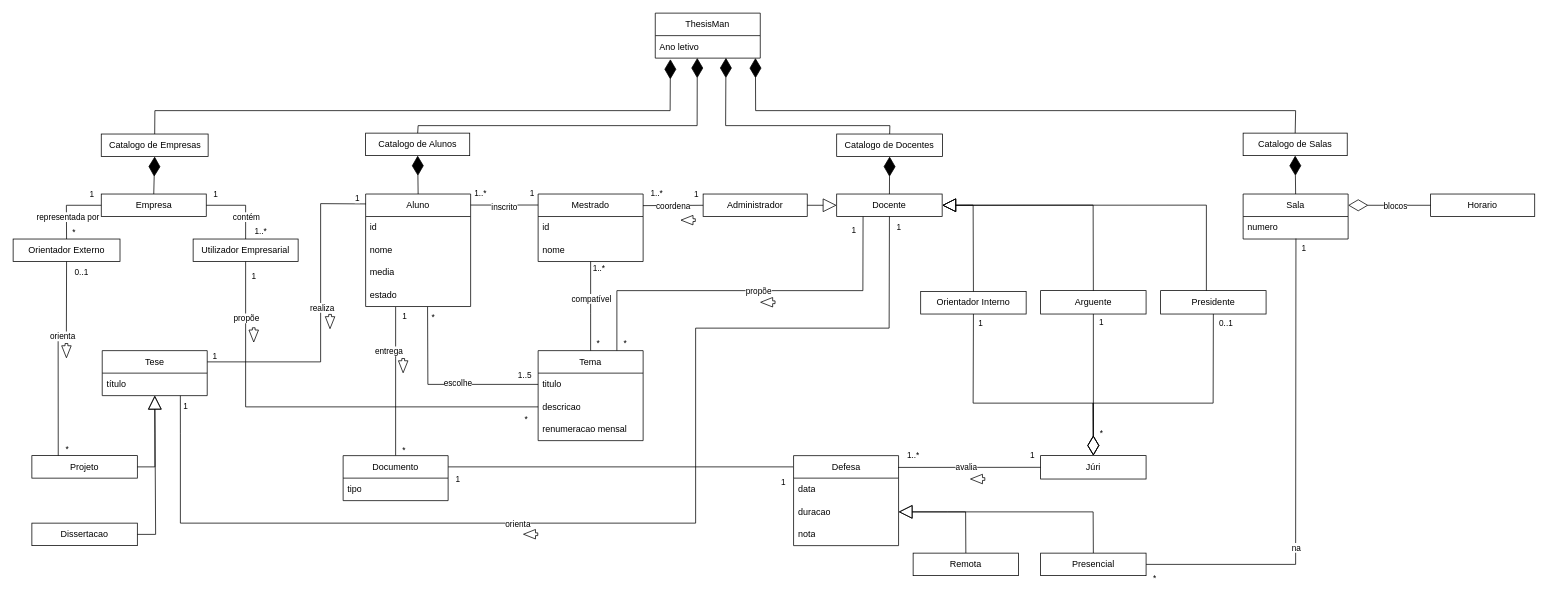
The draw.io diagram docs/DomainModel.drawio in Sapientia-PT/thesisman, before the edit. Source tidied: cells renumbered, new cells numbered last; positions are measured from the earlier drawing's top-left corner, leaving out a move shared by most shapes. Both pictures are drawn from the tidied source at 75%, with x=0, y=0 at pixel (13, 13).
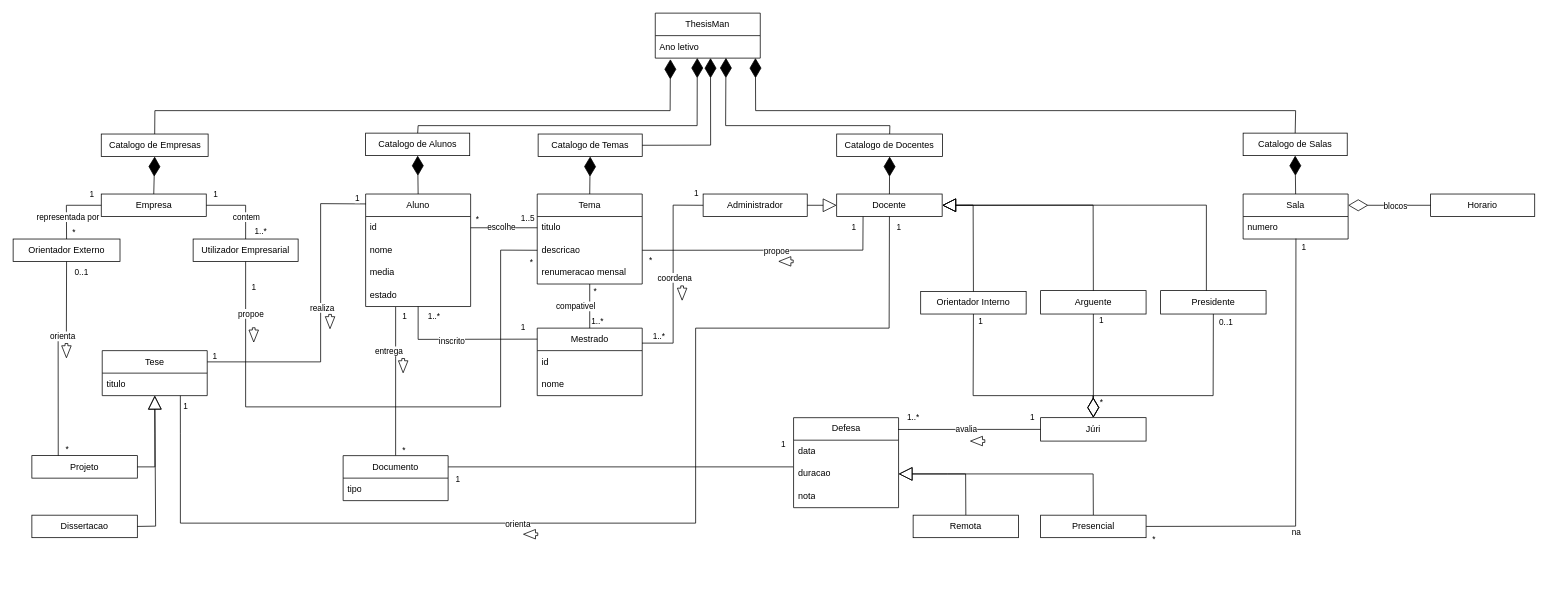
The same page after the edit.

Commit message (it also covers changes not shown here):
Restructured CD. Updated DM with 'CatalogoTemas'

Unchanged cells that the change refers to:
```xml
<mxCell id="3" value="Ano letivo" style="text;strokeColor=none;fillColor=none;align=left;verticalAlign=middle;spacingLeft=4;spacingRight=4;overflow=hidden;points=[[0,0.5],[1,0.5]];portConstraint=eastwest;whiteSpace=wrap;html=1;" parent="2" vertex="1">
  <mxGeometry y="30" width="140" height="30" as="geometry" />
</mxCell>
<mxCell id="4" value="Administrador" style="rounded=0;whiteSpace=wrap;html=1;" parent="1" vertex="1">
  <mxGeometry x="920" y="241.2" width="138.8" height="30" as="geometry" />
</mxCell>
<mxCell id="6" value="Orientador Interno" style="rounded=0;whiteSpace=wrap;html=1;" parent="1" vertex="1">
  <mxGeometry x="1210.1" y="371.2" width="140.6" height="30" as="geometry" />
</mxCell>
<mxCell id="9" value="Docente" style="rounded=0;whiteSpace=wrap;html=1;" parent="1" vertex="1">
  <mxGeometry x="1098.1" y="241.2" width="140.6" height="30" as="geometry" />
</mxCell>
<mxCell id="12" value="Utilizador Empresarial" style="whiteSpace=wrap;html=1;" parent="1" vertex="1">
  <mxGeometry x="240" y="301.2" width="140" height="30" as="geometry" />
</mxCell>
<mxCell id="14" value="Aluno" style="swimlane;fontStyle=0;horizontal=1;startSize=30;whiteSpace=wrap;html=1;" parent="1" vertex="1">
  <mxGeometry x="470" y="241.2" width="140" height="150" as="geometry" />
</mxCell>
<mxCell id="15" value="id" style="text;strokeColor=none;fillColor=none;align=left;verticalAlign=middle;spacingLeft=4;spacingRight=4;overflow=hidden;points=[[0,0.5],[1,0.5]];portConstraint=eastwest;whiteSpace=wrap;html=1;" parent="14" vertex="1">
  <mxGeometry y="30" width="140" height="30" as="geometry" />
</mxCell>
<mxCell id="18" value="estado" style="text;strokeColor=none;fillColor=none;align=left;verticalAlign=middle;spacingLeft=4;spacingRight=4;overflow=hidden;points=[[0,0.5],[1,0.5]];portConstraint=eastwest;whiteSpace=wrap;html=1;" parent="14" vertex="1">
  <mxGeometry y="120" width="140" height="30" as="geometry" />
</mxCell>
<mxCell id="20" value="titulo" style="text;strokeColor=none;fillColor=none;align=left;verticalAlign=middle;spacingLeft=4;spacingRight=4;overflow=hidden;points=[[0,0.5],[1,0.5]];portConstraint=eastwest;whiteSpace=wrap;html=1;" parent="19" vertex="1">
  <mxGeometry y="30" width="140" height="30" as="geometry" />
</mxCell>
<mxCell id="21" value="descricao" style="text;strokeColor=none;fillColor=none;align=left;verticalAlign=middle;spacingLeft=4;spacingRight=4;overflow=hidden;points=[[0,0.5],[1,0.5]];portConstraint=eastwest;whiteSpace=wrap;html=1;" parent="19" vertex="1">
  <mxGeometry y="60" width="140" height="30" as="geometry" />
</mxCell>
<mxCell id="22" value="renumeracao mensal" style="text;strokeColor=none;fillColor=none;align=left;verticalAlign=middle;spacingLeft=4;spacingRight=4;overflow=hidden;points=[[0,0.5],[1,0.5]];portConstraint=eastwest;whiteSpace=wrap;html=1;" parent="19" vertex="1">
  <mxGeometry y="90" width="140" height="30" as="geometry" />
</mxCell>
<mxCell id="35" style="endArrow=none;html=1;rounded=0;exitX=0.5;exitY=0;exitDx=0;exitDy=0;entryX=1;entryY=0.5;entryDx=0;entryDy=0;" parent="1" edge="1" source="12" target="10">
  <mxGeometry relative="1" as="geometry">
    <Array as="points">
      <mxPoint x="310" y="256.2" />
    </Array>
  </mxGeometry>
</mxCell>
<mxCell id="57" value="numero" style="text;strokeColor=none;fillColor=none;align=left;verticalAlign=middle;spacingLeft=4;spacingRight=4;overflow=hidden;points=[[0,0.5],[1,0.5]];portConstraint=eastwest;whiteSpace=wrap;html=1;" parent="56" vertex="1">
  <mxGeometry y="30" width="140" height="30" as="geometry" />
</mxCell>
<mxCell id="73" value="Tese" style="swimlane;fontStyle=0;horizontal=1;startSize=30;whiteSpace=wrap;html=1;" parent="1" vertex="1">
  <mxGeometry x="118.8" y="450" width="140" height="60" as="geometry" />
</mxCell>
<mxCell id="77" value="nome" style="text;strokeColor=none;fillColor=none;align=left;verticalAlign=middle;spacingLeft=4;spacingRight=4;overflow=hidden;points=[[0,0.5],[1,0.5]];portConstraint=eastwest;whiteSpace=wrap;html=1;" parent="75" vertex="1">
  <mxGeometry y="60" width="140" height="30" as="geometry" />
</mxCell>
<mxCell id="98" value="duracao" style="text;strokeColor=none;fillColor=none;align=left;verticalAlign=middle;spacingLeft=4;spacingRight=4;overflow=hidden;points=[[0,0.5],[1,0.5]];portConstraint=eastwest;whiteSpace=wrap;html=1;" parent="96" vertex="1">
  <mxGeometry y="60" width="140" height="30" as="geometry" />
</mxCell>
<mxCell id="100" style="endArrow=none;html=1;rounded=0;exitX=1;exitY=0.25;exitDx=0;exitDy=0;" parent="1" edge="1" source="131">
  <mxGeometry relative="1" as="geometry">
    <mxPoint x="1040" y="605" as="targetPoint" />
  </mxGeometry>
</mxCell>
<mxCell id="112" value="Presidente" style="whiteSpace=wrap;html=1;" parent="1" vertex="1">
  <mxGeometry x="1530" y="370" width="140.6" height="31.2" as="geometry" />
</mxCell>
```

What changed in the source:
```diff
@@
     <mxCell id="19" value="Tema" style="swimlane;fontStyle=0;horizontal=1;startSize=30;whiteSpace=wrap;html=1;" parent="1" vertex="1">
-      <mxGeometry x="700" y="450" width="140" height="120" as="geometry" />
+      <mxGeometry x="698.8" y="241.2" width="140" height="120" as="geometry" />
     </mxCell>
@@
     <mxCell id="23" value="Dissertacao" style="html=1;whiteSpace=wrap;" parent="1" vertex="1">
-      <mxGeometry x="25" y="680" width="140.6" height="30" as="geometry" />
+      <mxGeometry x="25" y="669.4" width="140.6" height="30" as="geometry" />
     </mxCell>
@@
     <mxCell id="29" style="endArrow=block;endSize=16;endFill=0;html=1;rounded=0;exitX=1;exitY=0.5;exitDx=0;exitDy=0;" parent="1" edge="1" source="23" target="74">
       <mxGeometry relative="1" as="geometry">
         <Array as="points">
-          <mxPoint x="190" y="695" />
+          <mxPoint x="190" y="684" />
         </Array>
       </mxGeometry>
     </mxCell>
@@
-    <mxCell id="36" value="contém" style="edgeLabel;html=1;align=center;verticalAlign=middle;" parent="35" vertex="1">
+    <mxCell id="36" value="contem" style="edgeLabel;html=1;align=center;verticalAlign=middle;" parent="35" vertex="1">
       <mxGeometry x="-0.38" relative="1" as="geometry" />
     </mxCell>
@@
-    <mxCell id="47" style="endArrow=none;html=1;rounded=0;entryX=0.25;entryY=1;entryDx=0;entryDy=0;exitX=0.75;exitY=0;exitDx=0;exitDy=0;" parent="1" edge="1" source="19" target="9">
+    <mxCell id="47" style="endArrow=none;html=1;rounded=0;entryX=0.25;entryY=1;entryDx=0;entryDy=0;exitX=1;exitY=0.5;exitDx=0;exitDy=0;" parent="1" edge="1" source="21" target="9">
       <mxGeometry relative="1" as="geometry">
         <Array as="points">
-          <mxPoint x="805" y="370" />
-          <mxPoint x="1133" y="370" />
+          <mxPoint x="1133" y="316" />
         </Array>
       </mxGeometry>
     </mxCell>
     <mxCell id="48" value="1" style="edgeLabel;html=1;align=center;verticalAlign=middle;" parent="47" vertex="1">
       <mxGeometry x="0.78" y="-3" relative="1" as="geometry">
-        <mxPoint x="-16" y="-39" as="offset" />
+        <mxPoint x="-16" y="-23" as="offset" />
       </mxGeometry>
     </mxCell>
     <mxCell id="49" value="*" style="edgeLabel;html=1;align=center;verticalAlign=middle;" parent="47" vertex="1">
       <mxGeometry x="-0.76" y="-2" relative="1" as="geometry">
-        <mxPoint x="8" y="50" as="offset" />
+        <mxPoint x="-30" y="11" as="offset" />
       </mxGeometry>
     </mxCell>
-    <mxCell id="50" value="propõe" style="edgeLabel;html=1;align=center;verticalAlign=middle;rotation=0;" parent="47" vertex="1">
+    <mxCell id="50" value="propoe" style="edgeLabel;html=1;align=center;verticalAlign=middle;rotation=0;" parent="47" vertex="1">
       <mxGeometry x="0.06" y="2" relative="1" as="geometry">
         <mxPoint x="-1" y="2" as="offset" />
       </mxGeometry>
     </mxCell>
-    <mxCell id="51" style="endArrow=none;html=1;rounded=0;entryX=0;entryY=0.5;entryDx=0;entryDy=0;exitX=0.59;exitY=1.014;exitDx=0;exitDy=0;exitPerimeter=0;" parent="1" edge="1" source="18" target="20">
-      <mxGeometry relative="1" as="geometry">
-        <Array as="points">
-          <mxPoint x="553" y="495" />
-        </Array>
-      </mxGeometry>
+    <mxCell id="51" style="endArrow=none;html=1;rounded=0;entryX=0;entryY=0.5;entryDx=0;entryDy=0;exitX=1;exitY=0.5;exitDx=0;exitDy=0;" parent="1" edge="1" source="15" target="20">
+      <mxGeometry relative="1" as="geometry" />
     </mxCell>
     <mxCell id="52" value="escolhe" style="edgeLabel;html=1;align=center;verticalAlign=middle;" parent="51" vertex="1">
       <mxGeometry x="-0.12" relative="1" as="geometry">
-        <mxPoint x="33" y="-2" as="offset" />
+        <mxPoint x="1" y="-2" as="offset" />
       </mxGeometry>
     </mxCell>
     <mxCell id="53" value="*" style="edgeLabel;html=1;align=center;verticalAlign=middle;" parent="51" vertex="1">
       <mxGeometry x="-0.92" y="1" relative="1" as="geometry">
-        <mxPoint x="6" y="3" as="offset" />
+        <mxPoint x="4" y="-11" as="offset" />
       </mxGeometry>
     </mxCell>
     <mxCell id="54" value="1..5" style="edgeLabel;html=1;align=center;verticalAlign=middle;" parent="51" vertex="1">
       <mxGeometry x="0.84" y="1" relative="1" as="geometry">
-        <mxPoint x="2" y="-12" as="offset" />
+        <mxPoint x="-7" y="-13" as="offset" />
       </mxGeometry>
     </mxCell>
@@
     <mxCell id="64" style="endArrow=none;html=1;rounded=0;entryX=0.5;entryY=1;entryDx=0;entryDy=0;exitX=0;exitY=0.5;exitDx=0;exitDy=0;" parent="1" edge="1" source="21" target="12">
       <mxGeometry relative="1" as="geometry">
         <Array as="points">
+          <mxPoint x="650" y="316" />
+          <mxPoint x="650" y="525" />
           <mxPoint x="310" y="525" />
         </Array>
       </mxGeometry>
     </mxCell>
-    <mxCell id="65" value="propõe" style="edgeLabel;html=1;align=center;verticalAlign=middle;rotation=0;" parent="64" vertex="1">
+    <mxCell id="65" value="propoe" style="edgeLabel;html=1;align=center;verticalAlign=middle;rotation=0;" parent="64" vertex="1">
       <mxGeometry x="0.5" y="3" relative="1" as="geometry">
-        <mxPoint x="3" y="-71" as="offset" />
+        <mxPoint x="3" y="-128" as="offset" />
       </mxGeometry>
     </mxCell>
@@
     <mxCell id="67" value="*" style="edgeLabel;html=1;align=center;verticalAlign=middle;" parent="64" vertex="1">
       <mxGeometry x="-0.83" y="-2" relative="1" as="geometry">
-        <mxPoint x="33" y="17" as="offset" />
+        <mxPoint x="42" y="-3" as="offset" />
       </mxGeometry>
     </mxCell>
@@
-    <mxCell id="74" value="título" style="text;strokeColor=none;fillColor=none;align=left;verticalAlign=middle;spacingLeft=4;spacingRight=4;overflow=hidden;points=[[0,0.5],[1,0.5]];portConstraint=eastwest;whiteSpace=wrap;html=1;" parent="73" vertex="1">
+    <mxCell id="74" value="titulo" style="text;strokeColor=none;fillColor=none;align=left;verticalAlign=middle;spacingLeft=4;spacingRight=4;overflow=hidden;points=[[0,0.5],[1,0.5]];portConstraint=eastwest;whiteSpace=wrap;html=1;" parent="73" vertex="1">
       <mxGeometry y="30" width="140" height="30" as="geometry" />
     </mxCell>
     <mxCell id="75" value="Mestrado" style="swimlane;fontStyle=0;horizontal=1;startSize=30;whiteSpace=wrap;html=1;" parent="1" vertex="1">
-      <mxGeometry x="700" y="241.2" width="140" height="90" as="geometry" />
+      <mxGeometry x="698.8" y="420" width="140" height="90" as="geometry" />
     </mxCell>
@@
-    <mxCell id="78" style="endArrow=none;html=1;rounded=0;entryX=0;entryY=0.5;entryDx=0;entryDy=0;exitX=0.999;exitY=0.172;exitDx=0;exitDy=0;exitPerimeter=0;" parent="1" edge="1" source="75" target="4">
-      <mxGeometry relative="1" as="geometry" />
+    <mxCell id="78" style="endArrow=none;html=1;rounded=0;entryX=0;entryY=0.5;entryDx=0;entryDy=0;exitX=0.998;exitY=0.222;exitDx=0;exitDy=0;exitPerimeter=0;" parent="1" edge="1" source="75" target="4">
+      <mxGeometry relative="1" as="geometry">
+        <Array as="points">
+          <mxPoint x="880" y="440" />
+          <mxPoint x="880" y="256" />
+        </Array>
+      </mxGeometry>
     </mxCell>
@@
     <mxCell id="80" value="1" style="edgeLabel;html=1;align=center;verticalAlign=middle;" parent="78" vertex="1">
       <mxGeometry x="0.66" y="-1" relative="1" as="geometry">
-        <mxPoint x="4" y="-17" as="offset" />
+        <mxPoint x="29" y="-22" as="offset" />
       </mxGeometry>
     </mxCell>
     <mxCell id="81" value="1..*" style="edgeLabel;html=1;align=center;verticalAlign=middle;" parent="78" vertex="1">
       <mxGeometry x="-0.51" relative="1" as="geometry">
-        <mxPoint x="-2" y="-17" as="offset" />
+        <mxPoint x="-20" y="14" as="offset" />
       </mxGeometry>
     </mxCell>
-    <mxCell id="82" style="endArrow=none;html=1;rounded=0;exitX=1;exitY=0.098;exitDx=0;exitDy=0;entryX=0;entryY=0.163;entryDx=0;entryDy=0;entryPerimeter=0;exitPerimeter=0;" parent="1" edge="1" source="14" target="75">
-      <mxGeometry relative="1" as="geometry" />
+    <mxCell id="82" style="endArrow=none;html=1;rounded=0;entryX=0;entryY=0.163;entryDx=0;entryDy=0;entryPerimeter=0;" parent="1" edge="1" source="18" target="75">
+      <mxGeometry relative="1" as="geometry">
+        <Array as="points">
+          <mxPoint x="540" y="435" />
+        </Array>
+      </mxGeometry>
     </mxCell>
@@
     <mxCell id="84" value="1..*" style="edgeLabel;html=1;align=center;verticalAlign=middle;" parent="82" vertex="1">
       <mxGeometry x="-0.72" relative="1" as="geometry">
-        <mxPoint y="-16" as="offset" />
+        <mxPoint x="20" y="-16" as="offset" />
       </mxGeometry>
     </mxCell>
@@
-    <mxCell id="90" style="endArrow=none;html=1;rounded=0;entryX=0.5;entryY=0;entryDx=0;entryDy=0;" parent="1" edge="1" source="77" target="19">
-      <mxGeometry relative="1" as="geometry">
-        <Array as="points">
-          <mxPoint x="770" y="400" />
-        </Array>
-      </mxGeometry>
+    <mxCell id="90" style="endArrow=none;html=1;rounded=0;exitX=0.5;exitY=0;exitDx=0;exitDy=0;" parent="1" edge="1" source="75" target="22">
+      <mxGeometry relative="1" as="geometry" />
     </mxCell>
-    <mxCell id="91" value="compatível" style="edgeLabel;html=1;align=center;verticalAlign=middle;rotation=0;" parent="90" vertex="1">
+    <mxCell id="91" value="compativel" style="edgeLabel;html=1;align=center;verticalAlign=middle;rotation=0;" parent="90" vertex="1">
       <mxGeometry x="-0.26" y="2" relative="1" as="geometry">
-        <mxPoint x="-2" y="5" as="offset" />
+        <mxPoint x="-17" y="-8" as="offset" />
       </mxGeometry>
     </mxCell>
     <mxCell id="92" value="1..*" style="edgeLabel;html=1;align=center;verticalAlign=middle;" parent="90" vertex="1">
       <mxGeometry x="-0.87" relative="1" as="geometry">
-        <mxPoint x="10" as="offset" />
+        <mxPoint x="10" y="-6" as="offset" />
       </mxGeometry>
     </mxCell>
     <mxCell id="93" value="*" style="edgeLabel;html=1;align=center;verticalAlign=middle;" parent="90" vertex="1">
       <mxGeometry x="0.67" y="1" relative="1" as="geometry">
-        <mxPoint x="8" y="9" as="offset" />
+        <mxPoint x="8" y="-1" as="offset" />
       </mxGeometry>
     </mxCell>
     <mxCell id="94" style="endArrow=block;endSize=16;endFill=0;html=1;rounded=0;entryX=1;entryY=0.5;entryDx=0;entryDy=0;exitX=0.5;exitY=0;exitDx=0;exitDy=0;" parent="1" edge="1" source="114" target="98">
       <mxGeometry relative="1" as="geometry">
         <Array as="points">
-          <mxPoint x="1270" y="665" />
+          <mxPoint x="1270" y="614.4" />
         </Array>
       </mxGeometry>
     </mxCell>
     <mxCell id="95" style="endArrow=block;endSize=16;endFill=0;html=1;rounded=0;exitX=0.5;exitY=0;exitDx=0;exitDy=0;entryX=1;entryY=0.5;entryDx=0;entryDy=0;" parent="1" edge="1" source="115" target="98">
       <mxGeometry relative="1" as="geometry">
         <Array as="points">
-          <mxPoint x="1440" y="665" />
-          <mxPoint x="1246" y="665" />
+          <mxPoint x="1440" y="614.4" />
+          <mxPoint x="1246" y="614.4" />
         </Array>
       </mxGeometry>
     </mxCell>
     <mxCell id="96" value="Defesa" style="swimlane;fontStyle=0;horizontal=1;startSize=30;whiteSpace=wrap;html=1;" parent="1" vertex="1">
-      <mxGeometry x="1040.6" y="590" width="140" height="120" as="geometry" />
+      <mxGeometry x="1040.6" y="539.4" width="140" height="120" as="geometry" />
     </mxCell>
@@
     <mxCell id="101" value="1" style="edgeLabel;html=1;align=center;verticalAlign=middle;" parent="100" vertex="1">
       <mxGeometry x="0.89" y="-1" relative="1" as="geometry">
-        <mxPoint x="11" y="19" as="offset" />
+        <mxPoint x="11" y="-32" as="offset" />
       </mxGeometry>
     </mxCell>
@@
     <mxCell id="103" style="endArrow=none;html=1;rounded=0;entryX=0.503;entryY=0.98;entryDx=0;entryDy=0;entryPerimeter=0;exitX=1;exitY=0.5;exitDx=0;exitDy=0;" parent="1" edge="1" source="115" target="57">
       <mxGeometry relative="1" as="geometry">
         <Array as="points">
-          <mxPoint x="1710" y="735" />
+          <mxPoint x="1710" y="684" />
         </Array>
       </mxGeometry>
     </mxCell>
@@
     <mxCell id="107" value="Júri" style="whiteSpace=wrap;html=1;" parent="1" vertex="1">
-      <mxGeometry x="1370" y="590" width="140.6" height="31.2" as="geometry" />
+      <mxGeometry x="1370" y="539.4" width="140.6" height="31.2" as="geometry" />
     </mxCell>
@@
     <mxCell id="114" value="Remota" style="html=1;whiteSpace=wrap;" parent="1" vertex="1">
-      <mxGeometry x="1200" y="720" width="140.6" height="30" as="geometry" />
+      <mxGeometry x="1200" y="669.4" width="140.6" height="30" as="geometry" />
     </mxCell>
     <mxCell id="115" value="Presencial" style="html=1;whiteSpace=wrap;" parent="1" vertex="1">
-      <mxGeometry x="1370" y="720" width="140.6" height="30" as="geometry" />
+      <mxGeometry x="1370" y="669.4" width="140.6" height="30" as="geometry" />
     </mxCell>
@@
     <mxCell id="121" style="shape=flexArrow;endArrow=classic;html=1;rounded=0;endWidth=7.979918086933544;endSize=4.995402298850575;width=3.6781609195402303;" parent="1" edge="1">
       <mxGeometry relative="1" as="geometry">
-        <mxPoint x="1016.4" y="385.5" as="sourcePoint" />
-        <mxPoint x="996.2" y="385.5" as="targetPoint" />
+        <mxPoint x="1040.6" y="331" as="sourcePoint" />
+        <mxPoint x="1020.5" y="331" as="targetPoint" />
       </mxGeometry>
     </mxCell>
     <mxCell id="122" style="shape=flexArrow;endArrow=classic;html=1;rounded=0;endWidth=7.979918086933544;endSize=4.995402298850575;width=3.6781609195402303;" parent="1" edge="1">
       <mxGeometry relative="1" as="geometry">
-        <mxPoint x="910.1" y="276" as="sourcePoint" />
-        <mxPoint x="890" y="276" as="targetPoint" />
+        <mxPoint x="892" y="363.2" as="sourcePoint" />
+        <mxPoint x="892" y="383.2" as="targetPoint" />
       </mxGeometry>
     </mxCell>
     <mxCell id="123" style="shape=flexArrow;endArrow=classic;html=1;rounded=0;endWidth=7.979918086933544;endSize=4.995402298850575;width=3.6781609195402303;" parent="1" edge="1">
       <mxGeometry relative="1" as="geometry">
-        <mxPoint x="1296.1" y="621.2" as="sourcePoint" />
-        <mxPoint x="1276" y="621.2" as="targetPoint" />
+        <mxPoint x="1296.1" y="570.6" as="sourcePoint" />
+        <mxPoint x="1276" y="570.6" as="targetPoint" />
       </mxGeometry>
     </mxCell>
@@
     <mxCell id="127" style="endArrow=diamondThin;endFill=0;endSize=24;html=1;rounded=0;exitX=0.5;exitY=1;exitDx=0;exitDy=0;entryX=0.5;entryY=0;entryDx=0;entryDy=0;" parent="1" edge="1" source="6" target="107">
       <mxGeometry relative="1" as="geometry">
         <Array as="points">
-          <mxPoint x="1280" y="520" />
-          <mxPoint x="1440" y="520" />
+          <mxPoint x="1280" y="510" />
+          <mxPoint x="1440" y="510" />
         </Array>
       </mxGeometry>
     </mxCell>
@@
     <mxCell id="129" style="endArrow=diamondThin;endFill=0;endSize=24;html=1;rounded=0;exitX=0.5;exitY=1;exitDx=0;exitDy=0;entryX=0.5;entryY=0;entryDx=0;entryDy=0;" parent="1" edge="1" source="112" target="107">
       <mxGeometry relative="1" as="geometry">
         <Array as="points">
-          <mxPoint x="1600" y="520" />
-          <mxPoint x="1440" y="520" />
+          <mxPoint x="1600" y="510" />
+          <mxPoint x="1440" y="510" />
         </Array>
       </mxGeometry>
     </mxCell>
@@
+    <mxCell id="136" value="Catalogo de Temas" style="whiteSpace=wrap;html=1;" parent="1" vertex="1">
+      <mxGeometry x="700" y="161.2" width="138.8" height="30" as="geometry" />
+    </mxCell>
+    <mxCell id="137" style="endArrow=diamondThin;endFill=1;endSize=24;html=1;rounded=0;entryX=0.5;entryY=1;entryDx=0;entryDy=0;exitX=0.5;exitY=0;exitDx=0;exitDy=0;" parent="1" edge="1" source="19" target="136">
+      <mxGeometry relative="1" as="geometry" />
+    </mxCell>
+    <mxCell id="138" style="endArrow=diamondThin;endFill=1;endSize=24;html=1;rounded=0;exitX=1;exitY=0.5;exitDx=0;exitDy=0;entryX=0.526;entryY=0.997;entryDx=0;entryDy=0;entryPerimeter=0;" parent="1" edge="1" source="136" target="3">
+      <mxGeometry relative="1" as="geometry">
+        <Array as="points">
+          <mxPoint x="930" y="176" />
+        </Array>
+      </mxGeometry>
+    </mxCell>
```
